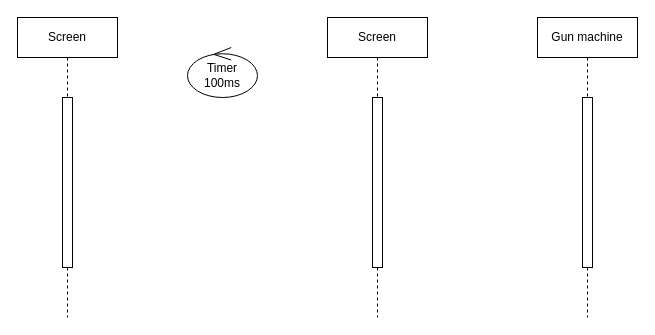
Above: sequence_diagrams/fish_object_sequence_diagram.drawio in NgoThanhNha/fishing-diary-game-ak-base-kit-stm32l151 (draw.io), before the change. Source tidied: cells renumbered, new cells numbered last; positions are measured from the earlier drawing's top-left corner, leaving out a move shared by most shapes. Both pictures are drawn from the tidied source at 100%, with x=0, y=0 at pixel (17, 17).
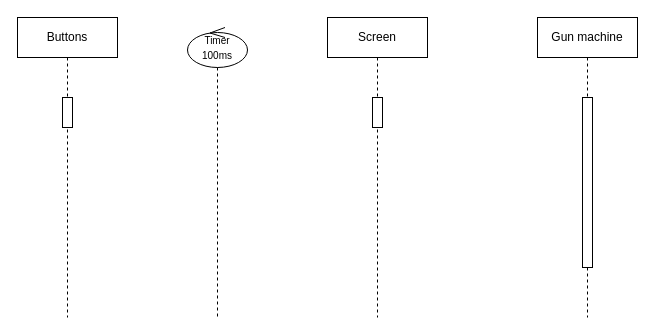
After the change.

Commit message (it also covers changes not shown here):
Cập nhật fish_object_sequence_diagram.drawio

Diff of the diagram source:
```diff
@@
 <mxGraphModel>
   <root>
     <mxCell id="0" />
     <mxCell id="1" parent="0" />
     <mxCell id="2" value="Screen&lt;br&gt;" style="shape=umlLifeline;perimeter=lifelinePerimeter;whiteSpace=wrap;html=1;newEdgeStyle={&quot;edgeStyle&quot;:&quot;elbowEdgeStyle&quot;,&quot;elbow&quot;:&quot;vertical&quot;,&quot;curved&quot;:0,&quot;rounded&quot;:0};" parent="1" vertex="1">
       <mxGeometry x="310" width="100" height="300" as="geometry" />
     </mxCell>
     <mxCell id="3" style="html=1;perimeter=orthogonalPerimeter;targetShapes=umlLifeline;newEdgeStyle={&quot;edgeStyle&quot;:&quot;elbowEdgeStyle&quot;,&quot;elbow&quot;:&quot;vertical&quot;,&quot;curved&quot;:0,&quot;rounded&quot;:0};" parent="2" vertex="1">
-      <mxGeometry x="45" y="80" width="10" height="170" as="geometry" />
+      <mxGeometry x="45" y="80" width="10" height="30" as="geometry" />
     </mxCell>
     <mxCell id="4" value="Gun machine" style="shape=umlLifeline;perimeter=lifelinePerimeter;whiteSpace=wrap;html=1;newEdgeStyle={&quot;edgeStyle&quot;:&quot;elbowEdgeStyle&quot;,&quot;elbow&quot;:&quot;vertical&quot;,&quot;curved&quot;:0,&quot;rounded&quot;:0};" parent="1" vertex="1">
       <mxGeometry x="520" width="100" height="300" as="geometry" />
     </mxCell>
     <mxCell id="5" style="html=1;perimeter=orthogonalPerimeter;targetShapes=umlLifeline;newEdgeStyle={&quot;edgeStyle&quot;:&quot;elbowEdgeStyle&quot;,&quot;elbow&quot;:&quot;vertical&quot;,&quot;curved&quot;:0,&quot;rounded&quot;:0};" parent="4" vertex="1">
       <mxGeometry x="45" y="80" width="10" height="170" as="geometry" />
     </mxCell>
-    <mxCell id="6" value="Screen&lt;br&gt;" style="shape=umlLifeline;perimeter=lifelinePerimeter;whiteSpace=wrap;html=1;newEdgeStyle={&quot;edgeStyle&quot;:&quot;elbowEdgeStyle&quot;,&quot;elbow&quot;:&quot;vertical&quot;,&quot;curved&quot;:0,&quot;rounded&quot;:0};" parent="1" vertex="1">
+    <mxCell id="6" value="Buttons" style="shape=umlLifeline;perimeter=lifelinePerimeter;whiteSpace=wrap;html=1;newEdgeStyle={&quot;edgeStyle&quot;:&quot;elbowEdgeStyle&quot;,&quot;elbow&quot;:&quot;vertical&quot;,&quot;curved&quot;:0,&quot;rounded&quot;:0};" parent="1" vertex="1">
       <mxGeometry width="100" height="300" as="geometry" />
     </mxCell>
     <mxCell id="7" style="html=1;perimeter=orthogonalPerimeter;targetShapes=umlLifeline;newEdgeStyle={&quot;edgeStyle&quot;:&quot;elbowEdgeStyle&quot;,&quot;elbow&quot;:&quot;vertical&quot;,&quot;curved&quot;:0,&quot;rounded&quot;:0};" parent="6" vertex="1">
-      <mxGeometry x="45" y="80" width="10" height="170" as="geometry" />
+      <mxGeometry x="45" y="80" width="10" height="30" as="geometry" />
     </mxCell>
-    <mxCell id="8" value="Timer 100ms" style="ellipse;shape=umlControl;whiteSpace=wrap;html=1;" parent="1" vertex="1">
-      <mxGeometry x="170" y="30" width="70" height="50" as="geometry" />
+    <mxCell id="8" value="&lt;font style=&quot;font-size: 10px;&quot;&gt;Timer&lt;br&gt;100ms&lt;/font&gt;" style="shape=umlLifeline;perimeter=lifelinePerimeter;whiteSpace=wrap;html=1;newEdgeStyle={&quot;curved&quot;:0,&quot;rounded&quot;:0};participant=umlControl;" parent="1" vertex="1">
+      <mxGeometry x="170" y="10" width="60" height="290" as="geometry" />
     </mxCell>
   </root>
 </mxGraphModel>
```
